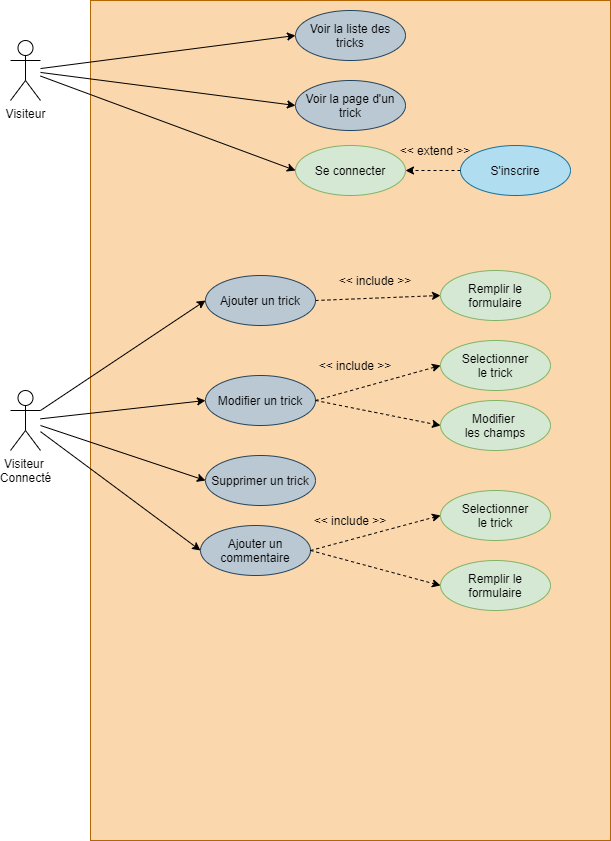
The draw.io diagram diagram/use_cases/use_case.drawio.png in LFZDavid/SnowTricks, before a commit. Source tidied: cells renumbered, new cells last; positions are measured from the earlier drawing's top-left corner, leaving out a move shared by most shapes.
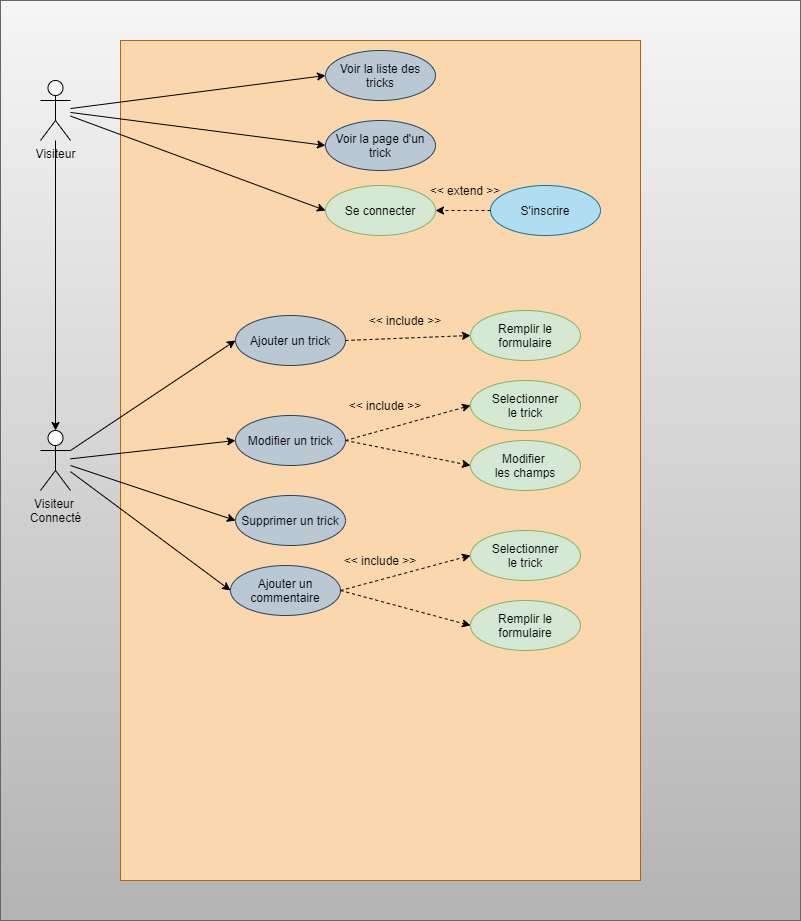
After the commit.

What changed in the source:
```diff
@@ -2,13 +2,16 @@
   <root>
     <mxCell id="0" />
     <mxCell id="1" parent="0" />
+    <mxCell id="36" style="rounded=0;whiteSpace=wrap;html=1;strokeColor=#666666;fillColor=#f5f5f5;gradientColor=#b3b3b3;" parent="1" vertex="1">
+      <mxGeometry x="-40" y="-40" width="800" height="920" as="geometry" />
+    </mxCell>
     <mxCell id="2" style="rounded=0;whiteSpace=wrap;html=1;fillColor=#fad7ac;strokeColor=#b46504;" parent="1" vertex="1">
       <mxGeometry x="80" width="520" height="840" as="geometry" />
     </mxCell>
-    <mxCell id="3" style="edgeStyle=orthogonalEdgeStyle;rounded=1;jettySize=auto;html=1;strokeColor=#FFFFFF;fontColor=#000000;" parent="1" edge="1" source="4" target="14">
+    <mxCell id="3" style="edgeStyle=orthogonalEdgeStyle;rounded=1;jettySize=auto;html=1;fontColor=#000000;strokeColor=#000000;" parent="1" edge="1" source="4" target="14">
       <mxGeometry relative="1" as="geometry" />
     </mxCell>
-    <mxCell id="4" value="Visiteur" style="shape=umlActor;verticalLabelPosition=bottom;verticalAlign=top;html=1;outlineConnect=0;" parent="1" vertex="1">
+    <mxCell id="4" value="&lt;font color=&quot;#000000&quot;&gt;Visiteur&lt;/font&gt;" style="shape=umlActor;verticalLabelPosition=bottom;verticalAlign=top;html=1;outlineConnect=0;strokeColor=#000000;" parent="1" vertex="1">
       <mxGeometry y="40" width="30" height="60" as="geometry" />
     </mxCell>
     <mxCell id="5" value="Voir la liste des tricks" style="ellipse;whiteSpace=wrap;html=1;fillColor=#bac8d3;strokeColor=#23445d;fontColor=#000000;" parent="1" vertex="1">
@@ -38,7 +41,7 @@
     <mxCell id="13" style="endArrow=classic;html=1;strokeColor=#000000;fontColor=#000000;dashed=1;" parent="1" edge="1" source="12" target="11">
       <mxGeometry relative="1" as="geometry" />
     </mxCell>
-    <mxCell id="14" value="Visiteur&amp;nbsp;&lt;br&gt;Connecté" style="shape=umlActor;verticalLabelPosition=bottom;verticalAlign=top;html=1;outlineConnect=0;" parent="1" vertex="1">
+    <mxCell id="14" value="&lt;font color=&quot;#000000&quot;&gt;Visiteur&amp;nbsp;&lt;br&gt;Connecté&lt;/font&gt;" style="shape=umlActor;verticalLabelPosition=bottom;verticalAlign=top;html=1;outlineConnect=0;strokeColor=#000000;" parent="1" vertex="1">
       <mxGeometry y="390" width="30" height="60" as="geometry" />
     </mxCell>
     <mxCell id="15" style="endArrow=classic;html=1;fontColor=#000000;strokeColor=#000000;entryX=0;entryY=0.5;entryDx=0;entryDy=0;" parent="1" edge="1" source="4" target="11">
```
